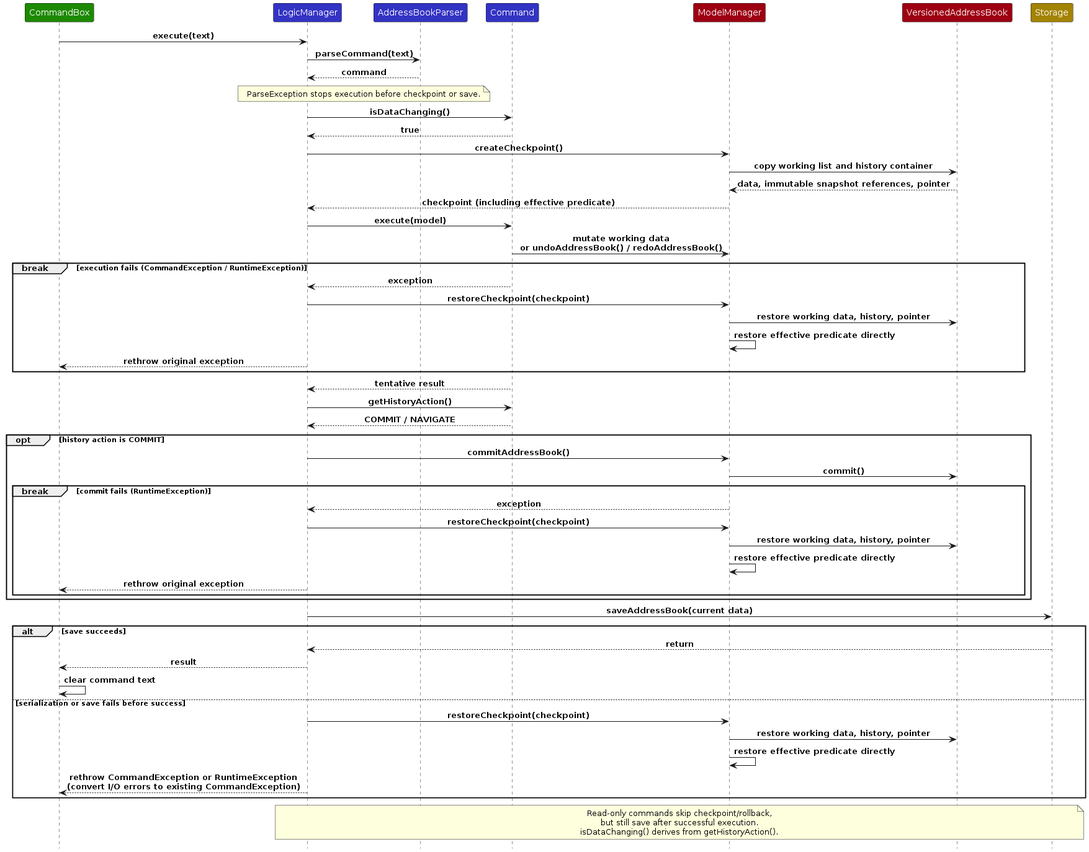
Earlier version of the PlantUML export diagrams/CommandTransaction.png (AY2627S1-CS2103T-W10-4/tp). Its source is kept beside it as diagrams/CommandTransaction.puml.
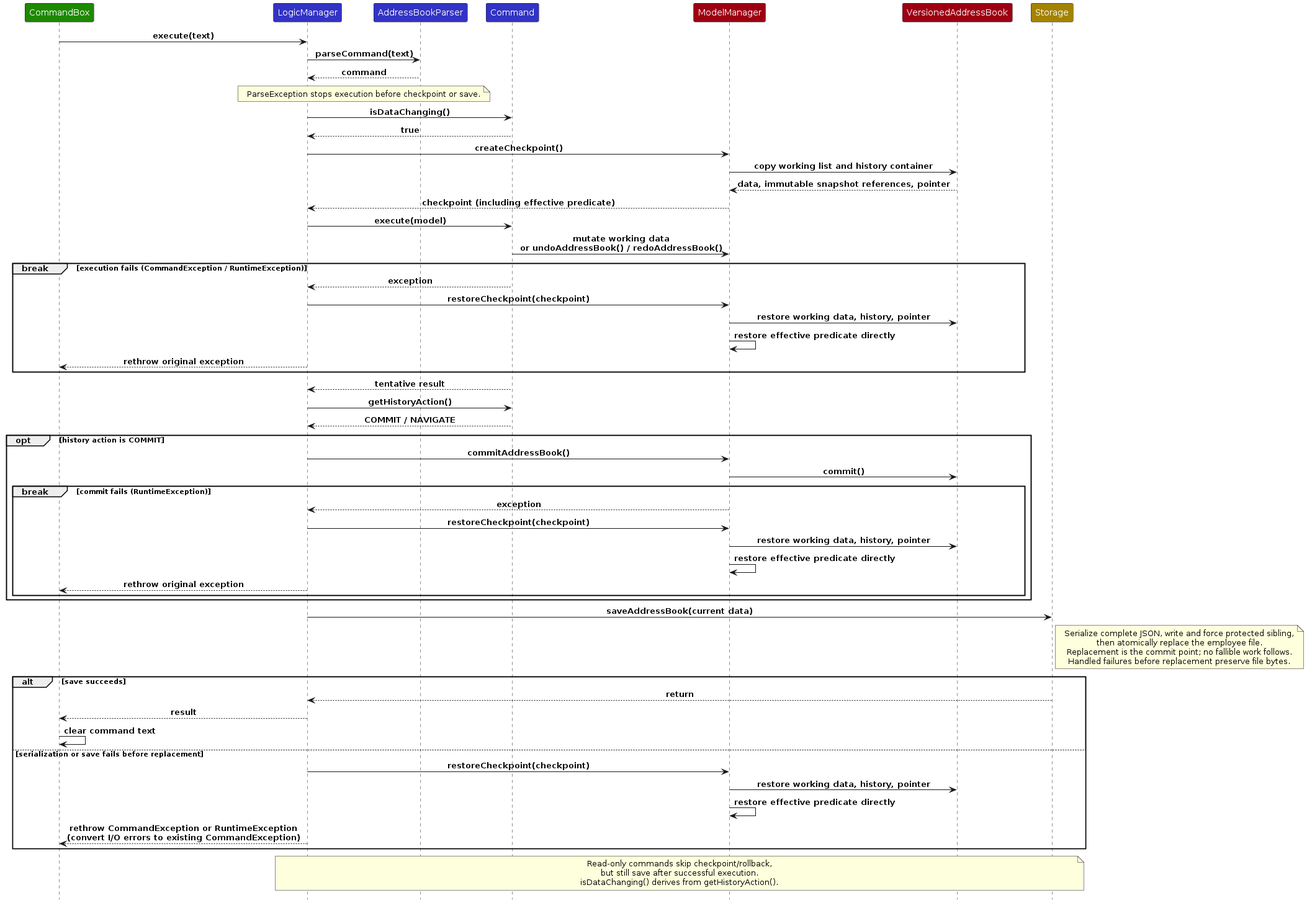
Later version of the same file.

Diff of the diagram source:
```diff
@@ -44,11 +44,17 @@
     end
 end
 Logic -> Storage : saveAddressBook(current data)
+note right of Storage
+Serialize complete JSON, write and force protected sibling,
+then atomically replace the employee file.
+Replacement is the commit point; no fallible work follows.
+Handled failures before replacement preserve file bytes.
+end note
 alt save succeeds
     Storage --> Logic : return
     Logic --> UI : result
     UI -> UI : clear command text
-else serialization or save fails before success
+else serialization or save fails before replacement
     Logic -> Model : restoreCheckpoint(checkpoint)
     Model -> History : restore working data, history, pointer
     Model -> Model : restore effective predicate directly
```
